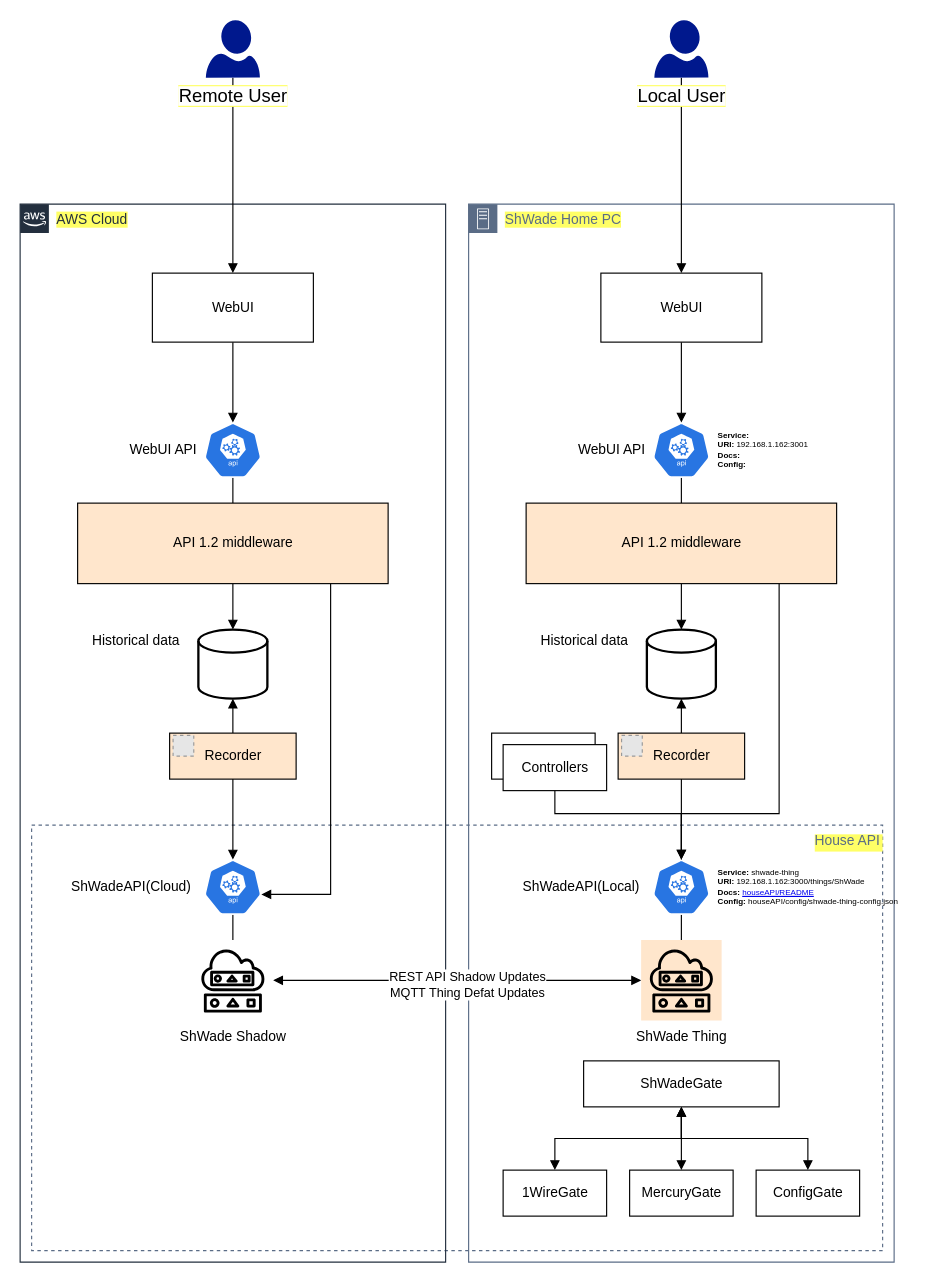
Before: doc/ShWade architecture.drawio in Shden/Shden, a draw.io diagram. Source tidied: cells renumbered, new cells numbered last; positions are measured from the earlier drawing's top-left corner, leaving out a move shared by most shapes. Both pictures are drawn from the tidied source at 115%, with x=0, y=0 at pixel (20, 20). Pictures stored in the file or linked from it are replaced by grey dashed boxes.
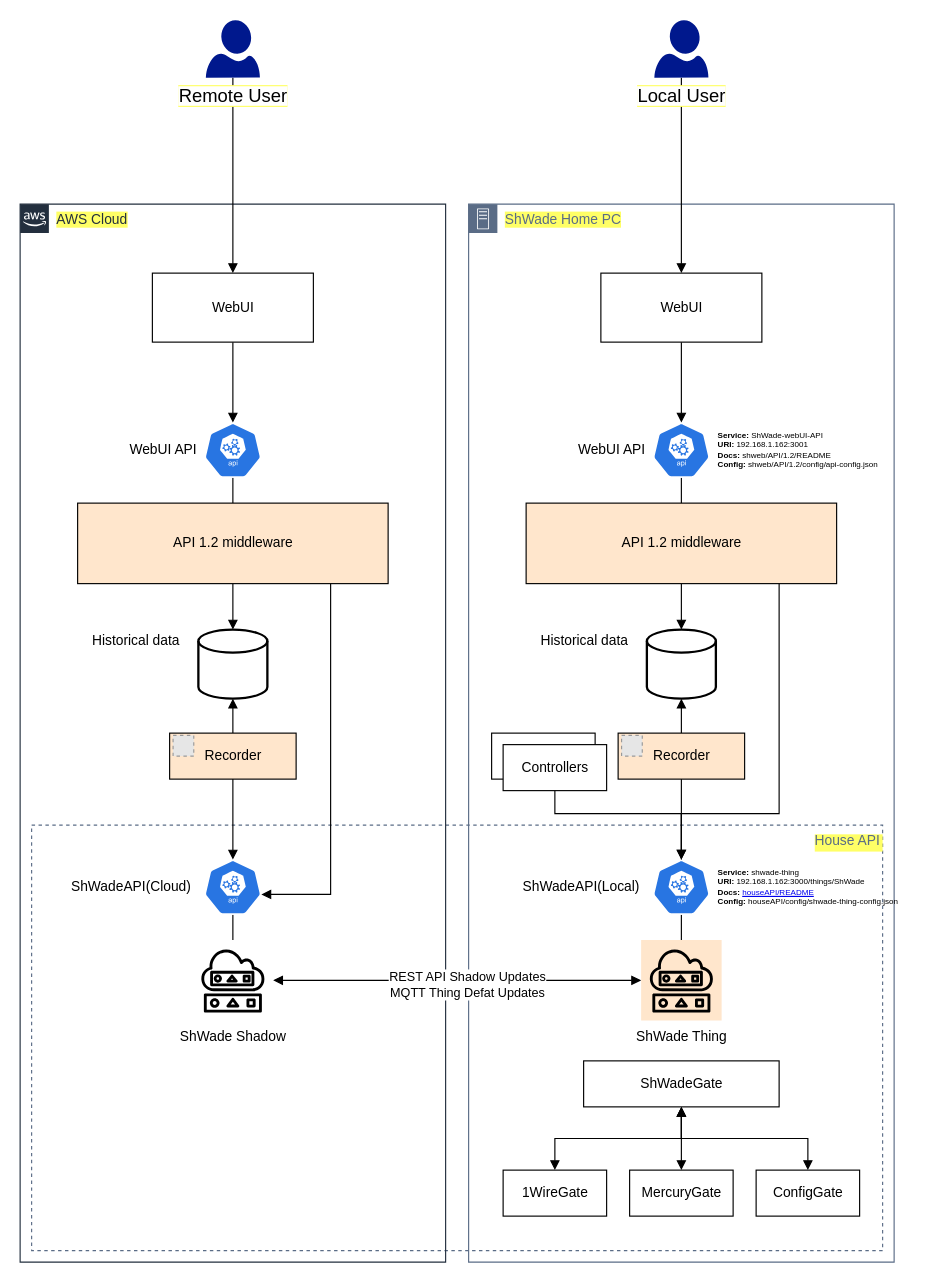
The same diagram, later.

Commit message:
ShWade webUI API service info

The edit, as a diff of the source:
```diff
@@
-    <mxCell id="58" value="&lt;div style=&quot;font-size: 7px&quot;&gt;&lt;font style=&quot;font-size: 7px&quot;&gt;&lt;b&gt;Service:&lt;/b&gt;&amp;nbsp;&lt;/font&gt;&lt;/div&gt;&lt;div style=&quot;font-size: 7px&quot;&gt;&lt;font style=&quot;font-size: 7px&quot;&gt;&lt;b&gt;URI:&lt;/b&gt;&amp;nbsp;192.168.1.162:3001&lt;/font&gt;&lt;/div&gt;&lt;font style=&quot;font-size: 7px&quot;&gt;&lt;div&gt;&lt;b&gt;Docs:&lt;/b&gt;&amp;nbsp;&lt;/div&gt;&lt;div&gt;&lt;b&gt;Config:&lt;/b&gt;&amp;nbsp;&lt;/div&gt;&lt;/font&gt;" style="text;html=1;align=left;verticalAlign=middle;fillColor=none;strokeColor=none;rounded=0;fontSize=8;" parent="1" vertex="1">
-      <mxGeometry x="605" y="349" width="90" height="50" as="geometry" />
+    <mxCell id="58" value="&lt;div style=&quot;font-size: 7px&quot;&gt;&lt;font style=&quot;font-size: 7px&quot;&gt;&lt;b&gt;Service: &lt;/b&gt;ShWade-webUI-API&amp;nbsp;&lt;/font&gt;&lt;/div&gt;&lt;div style=&quot;font-size: 7px&quot;&gt;&lt;font style=&quot;font-size: 7px&quot;&gt;&lt;b&gt;URI:&lt;/b&gt;&amp;nbsp;192.168.1.162:3001&lt;/font&gt;&lt;/div&gt;&lt;font style=&quot;font-size: 7px&quot;&gt;&lt;div&gt;&lt;b&gt;Docs:&lt;/b&gt;&amp;nbsp;shweb/API/1.2/README&lt;/div&gt;&lt;div&gt;&lt;b&gt;Config:&lt;/b&gt;&amp;nbsp;shweb/API/1.2/config/api-config.json&lt;/div&gt;&lt;/font&gt;" style="text;html=1;align=left;verticalAlign=middle;fillColor=none;strokeColor=none;rounded=0;fontSize=8;" parent="1" vertex="1">
+      <mxGeometry x="605" y="349" width="150" height="50" as="geometry" />
     </mxCell>
```
